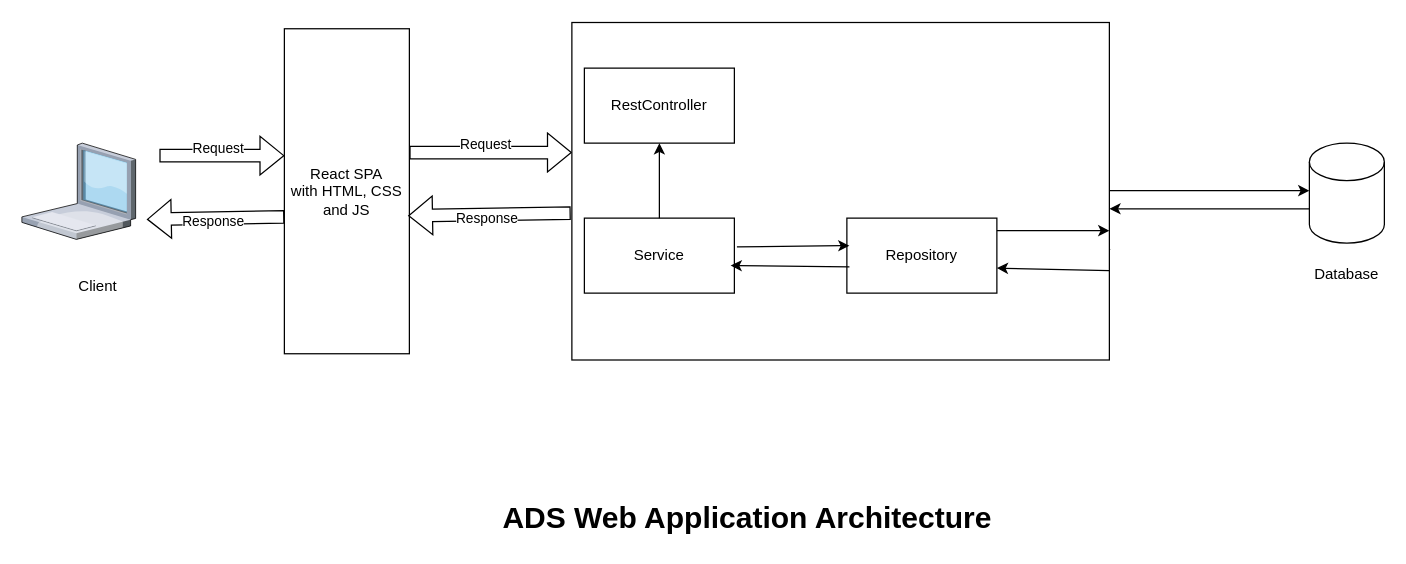
Above: 20250331_ASD_CS489/_assignments/20250404_assignment_04/screenshots/ads-system-architecture.drawio in adhikari-suman/student-life-miu (draw.io), before the change. Source tidied: cells renumbered, new cells numbered last; positions are measured from the earlier drawing's top-left corner, leaving out a move shared by most shapes. Both pictures are drawn from the tidied source at 125%, with x=0, y=0 at pixel (21, 22).
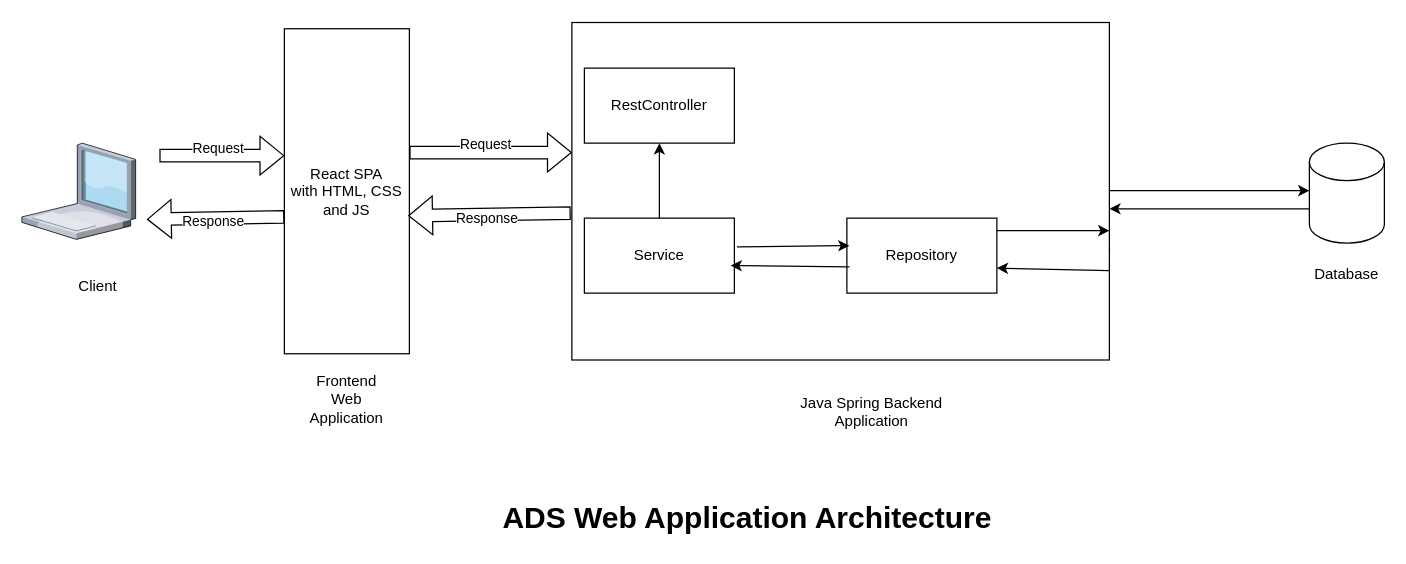
Above is the later version.

Commit message (it also covers changes not shown here):
refactor/ASD489-Lab4: update Lab4 solution

Unchanged cells that the change refers to:
```xml
<mxCell id="2" style="group;" parent="1" vertex="1">
  <mxGeometry y="-0.5" width="1090" height="416.5" as="geometry" />
</mxCell>
```

Change to the diagram source:
```diff
@@
+    <mxCell id="34" value="Frontend Web Application" style="text;html=1;align=center;verticalAlign=middle;whiteSpace=wrap;rounded=0;" parent="2" vertex="1">
+      <mxGeometry x="230" y="286.5" width="60" height="30" as="geometry" />
+    </mxCell>
+    <mxCell id="35" value="Java Spring Backend Application" style="text;html=1;align=center;verticalAlign=middle;whiteSpace=wrap;rounded=0;" parent="2" vertex="1">
+      <mxGeometry x="610" y="296.5" width="140" height="30" as="geometry" />
+    </mxCell>
```
